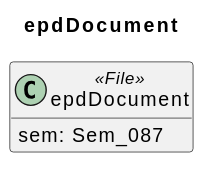
This is docs/model/sections/epdDocument.svg from Leeeks/aas-epd-type-iii-submodel, a PlantUML export, as it was before one commit.
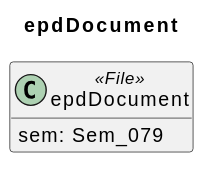
After the commit.

The edit, as a diff of the source:
```diff
@@ -5,6 +5,6 @@
 hide empty members
 
 class epdDocument <<File>> {
-  sem: Sem_087
+  sem: Sem_079
 }
 @enduml
```
